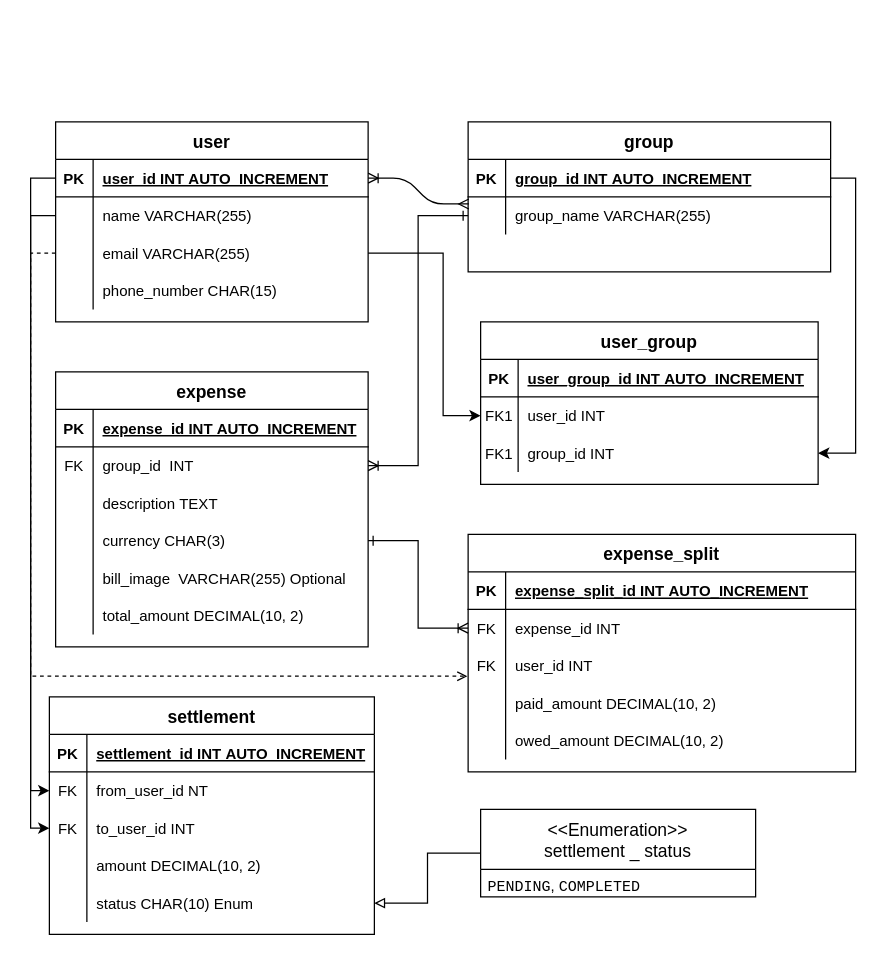
The draw.io diagram Splitwise-Schema-Daigram.drawio in geeky-sanjay/class-diagrams, before the edit. Source tidied: cells renumbered, new cells numbered last; positions are measured from the earlier drawing's top-left corner, leaving out a move shared by most shapes. Both pictures are drawn from the tidied source at 125%, with x=0, y=0 at pixel (49, 121).
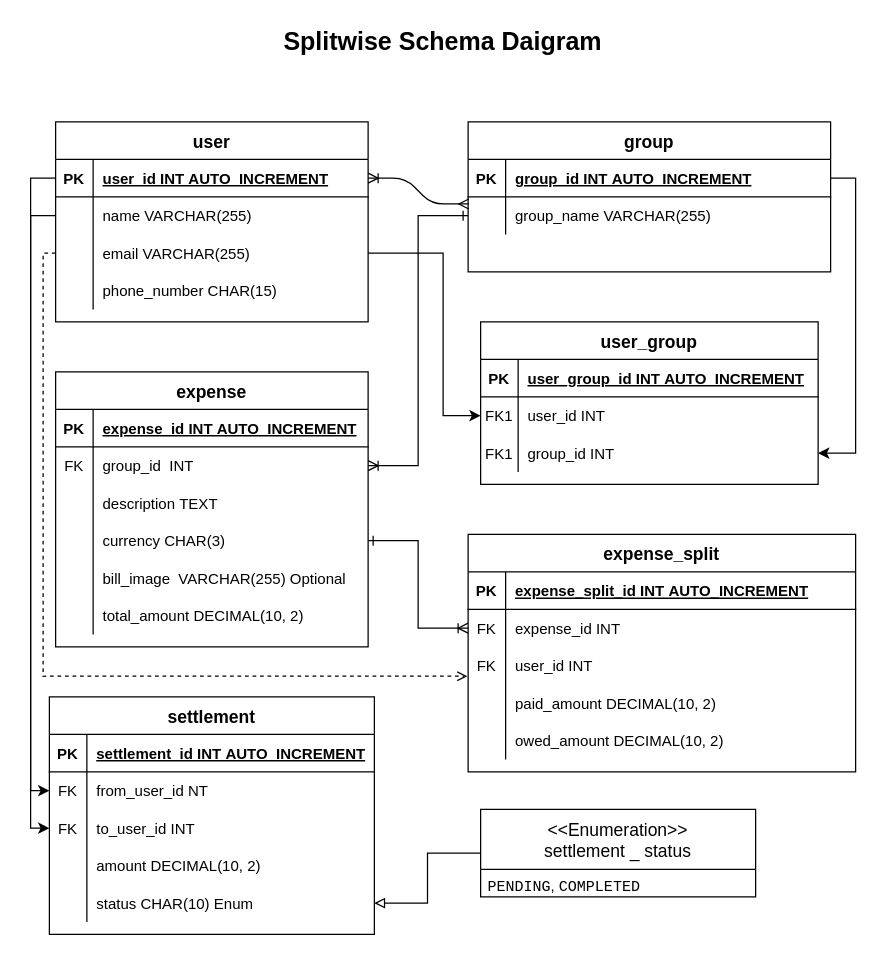
Above is the later version.

Unchanged cells that the change refers to:
```xml
<mxCell id="27" style="shape=partialRectangle;fillColor=none;points=[[0,0.5],[1,0.5]];portConstraint=eastwest;top=0;left=0;right=0;bottom=0;" parent="20" vertex="1">
  <mxGeometry y="90" width="250" height="30" as="geometry" />
</mxCell>
<mxCell id="59" style="shape=partialRectangle;fillColor=none;points=[[0,0.5],[1,0.5]];portConstraint=eastwest;top=0;left=0;right=0;bottom=0;" parent="52" vertex="1">
  <mxGeometry y="90" width="310" height="30" as="geometry" />
</mxCell>
```

What changed in the source:
```diff
@@
     <mxCell id="89" style="edgeStyle=orthogonalEdgeStyle;rounded=0;jettySize=auto;html=1;exitX=0;exitY=0.5;exitDx=0;exitDy=0;entryX=-0.002;entryY=0.782;entryDx=0;entryDy=0;entryPerimeter=0;endArrow=open;endFill=0;dashed=1;" parent="1" edge="1" source="27" target="59">
-      <mxGeometry relative="1" as="geometry" />
+      <mxGeometry relative="1" as="geometry">
+        <Array as="points">
+          <mxPoint x="-5" y="105" />
+          <mxPoint x="-5" y="444" />
+        </Array>
+      </mxGeometry>
     </mxCell>
@@
+    <mxCell id="94" value="Splitwise Schema Daigram" style="text;html=1;align=center;verticalAlign=middle;whiteSpace=wrap;rounded=0;fontSize=20;fontStyle=1;" parent="1" vertex="1">
+      <mxGeometry x="165" y="-80" width="300" height="30" as="geometry" />
+    </mxCell>
```
